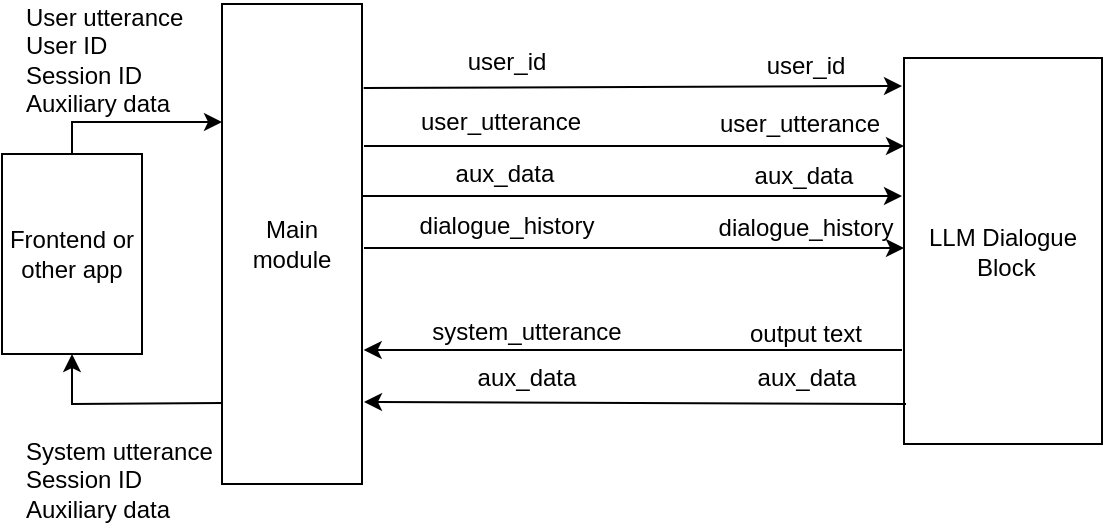
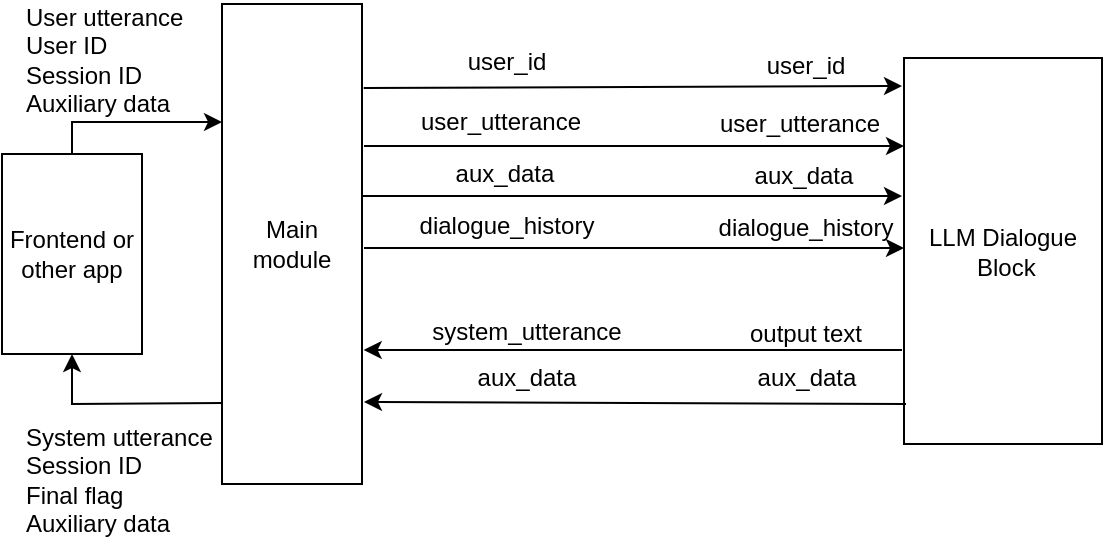
<mxfile host="Electron" agent="Mozilla/5.0 (Windows NT 10.0; Win64; x64) AppleWebKit/537.36 (KHTML, like Gecko) draw.io/26.1.1 Chrome/132.0.6834.210 Electron/34.3.3 Safari/537.36" version="26.1.1">
  <diagram id="0jzvoz7xoONC1ta8vLtH" name="ページ1">
    <mxGraphModel dx="1293" dy="762" grid="1" gridSize="10" guides="1" tooltips="1" connect="1" arrows="1" fold="1" page="1" pageScale="1" pageWidth="827" pageHeight="1169" math="0" shadow="0">
      <root>
        <mxCell id="0" />
        <mxCell id="1" parent="0" />
        <mxCell id="6nG_dfres4fqL1OyFaTb-1" value="Main module" style="rounded=0;whiteSpace=wrap;html=1;" parent="1" vertex="1">
          <mxGeometry x="250" y="190" width="70" height="240" as="geometry" />
        </mxCell>
        <mxCell id="6nG_dfres4fqL1OyFaTb-2" value="LLM Dialogue&lt;br&gt;&amp;nbsp;Block" style="rounded=0;whiteSpace=wrap;html=1;" parent="1" vertex="1">
          <mxGeometry x="591" y="217" width="99" height="193" as="geometry" />
        </mxCell>
        <mxCell id="6nG_dfres4fqL1OyFaTb-5" value="" style="endArrow=classic;html=1;rounded=0;exitX=1.012;exitY=0.128;exitDx=0;exitDy=0;exitPerimeter=0;" parent="1" edge="1">
          <mxGeometry width="50" height="50" relative="1" as="geometry">
            <mxPoint x="320.8399999999999" y="232.03999999999996" as="sourcePoint" />
            <mxPoint x="590" y="231" as="targetPoint" />
          </mxGeometry>
        </mxCell>
        <mxCell id="6nG_dfres4fqL1OyFaTb-6" value="" style="endArrow=classic;html=1;rounded=0;entryX=1.012;entryY=0.535;entryDx=0;entryDy=0;entryPerimeter=0;" parent="1" edge="1">
          <mxGeometry width="50" height="50" relative="1" as="geometry">
            <mxPoint x="590" y="363" as="sourcePoint" />
            <mxPoint x="320.84000000000003" y="363" as="targetPoint" />
          </mxGeometry>
        </mxCell>
        <mxCell id="6nG_dfres4fqL1OyFaTb-11" value="" style="endArrow=classic;html=1;rounded=0;exitX=0.5;exitY=0;exitDx=0;exitDy=0;" parent="1" source="7yFsLuSHQwP80PSkCyWd-15" edge="1">
          <mxGeometry width="50" height="50" relative="1" as="geometry">
            <mxPoint x="170" y="192" as="sourcePoint" />
            <mxPoint x="250" y="249" as="targetPoint" />
            <Array as="points">
              <mxPoint x="175" y="249" />
            </Array>
          </mxGeometry>
        </mxCell>
        <mxCell id="6nG_dfres4fqL1OyFaTb-12" value="" style="endArrow=classic;html=1;rounded=0;entryX=0.5;entryY=1;entryDx=0;entryDy=0;exitX=0.007;exitY=0.894;exitDx=0;exitDy=0;exitPerimeter=0;" parent="1" target="7yFsLuSHQwP80PSkCyWd-15" edge="1">
          <mxGeometry width="50" height="50" relative="1" as="geometry">
            <mxPoint x="250.4899999999999" y="389.56000000000006" as="sourcePoint" />
            <mxPoint x="170" y="531" as="targetPoint" />
            <Array as="points">
              <mxPoint x="175" y="390" />
            </Array>
          </mxGeometry>
        </mxCell>
-         <mxCell id="W3RRk2SyyBqXtN76rQBY-3" value="System utterance&lt;br&gt;Session ID&lt;div&gt;Auxiliary data&lt;/div&gt;" style="text;html=1;strokeColor=none;fillColor=none;align=left;verticalAlign=middle;whiteSpace=wrap;rounded=0;" parent="1" vertex="1">
+         <mxCell id="W3RRk2SyyBqXtN76rQBY-3" value="System utterance&lt;br&gt;Session ID&lt;div&gt;Final flag&lt;br&gt;&lt;div&gt;Auxiliary data&lt;/div&gt;&lt;/div&gt;" style="text;html=1;strokeColor=none;fillColor=none;align=left;verticalAlign=middle;whiteSpace=wrap;rounded=0;" parent="1" vertex="1">
          <mxGeometry x="150" y="415" width="100" height="25" as="geometry" />
        </mxCell>
        <mxCell id="iua9zefK4cCjFermVdLk-1" value="user_id" style="text;html=1;strokeColor=none;fillColor=none;align=center;verticalAlign=middle;whiteSpace=wrap;rounded=0;" parent="1" vertex="1">
          <mxGeometry x="512" y="206" width="60" height="30" as="geometry" />
        </mxCell>
        <mxCell id="iua9zefK4cCjFermVdLk-2" value="user_id" style="text;html=1;strokeColor=none;fillColor=none;align=center;verticalAlign=middle;whiteSpace=wrap;rounded=0;" parent="1" vertex="1">
          <mxGeometry x="350" y="207" width="85" height="23" as="geometry" />
        </mxCell>
        <mxCell id="iua9zefK4cCjFermVdLk-4" value="output text" style="text;html=1;strokeColor=none;fillColor=none;align=center;verticalAlign=middle;whiteSpace=wrap;rounded=0;" parent="1" vertex="1">
          <mxGeometry x="512" y="332.75" width="60" height="44.5" as="geometry" />
        </mxCell>
        <mxCell id="7yFsLuSHQwP80PSkCyWd-15" value="Frontend or other app" style="rounded=0;whiteSpace=wrap;html=1;" parent="1" vertex="1">
          <mxGeometry x="140" y="265" width="70" height="100" as="geometry" />
        </mxCell>
        <mxCell id="7yFsLuSHQwP80PSkCyWd-17" value="User utterance&lt;br&gt;User ID&lt;br&gt;Session ID&lt;br&gt;Auxiliary data" style="text;html=1;strokeColor=none;fillColor=none;align=left;verticalAlign=middle;whiteSpace=wrap;rounded=0;" parent="1" vertex="1">
          <mxGeometry x="150" y="205" width="100" height="25" as="geometry" />
        </mxCell>
        <mxCell id="SJaTg1eMGeYwgWBnKDx6-2" value="" style="endArrow=classic;html=1;rounded=0;entryX=0;entryY=0.25;entryDx=0;entryDy=0;exitX=1.019;exitY=0.137;exitDx=0;exitDy=0;exitPerimeter=0;jumpSize=0;" parent="1" edge="1">
          <mxGeometry width="50" height="50" relative="1" as="geometry">
            <mxPoint x="321" y="261" as="sourcePoint" />
            <mxPoint x="591" y="261" as="targetPoint" />
          </mxGeometry>
        </mxCell>
        <mxCell id="SJaTg1eMGeYwgWBnKDx6-5" value="" style="endArrow=classic;html=1;rounded=0;exitX=0;exitY=0.75;exitDx=0;exitDy=0;entryX=0.999;entryY=0.293;entryDx=0;entryDy=0;entryPerimeter=0;" parent="1" edge="1">
          <mxGeometry width="50" height="50" relative="1" as="geometry">
            <mxPoint x="592" y="390" as="sourcePoint" />
            <mxPoint x="321" y="389" as="targetPoint" />
          </mxGeometry>
        </mxCell>
        <mxCell id="SJaTg1eMGeYwgWBnKDx6-11" value="aux_data" style="text;html=1;strokeColor=none;fillColor=none;align=center;verticalAlign=middle;whiteSpace=wrap;rounded=0;" parent="1" vertex="1">
          <mxGeometry x="360" y="365" width="85" height="23" as="geometry" />
        </mxCell>
        <mxCell id="SJaTg1eMGeYwgWBnKDx6-12" value="system_utterance" style="text;html=1;strokeColor=none;fillColor=none;align=center;verticalAlign=middle;whiteSpace=wrap;rounded=0;" parent="1" vertex="1">
          <mxGeometry x="360" y="342" width="85" height="23" as="geometry" />
        </mxCell>
        <mxCell id="SJaTg1eMGeYwgWBnKDx6-13" value="aux_data" style="text;html=1;strokeColor=none;fillColor=none;align=center;verticalAlign=middle;whiteSpace=wrap;rounded=0;" parent="1" vertex="1">
          <mxGeometry x="499.5" y="365" width="85" height="23" as="geometry" />
        </mxCell>
        <mxCell id="SJaTg1eMGeYwgWBnKDx6-16" value="" style="endArrow=classic;html=1;rounded=0;entryX=0;entryY=0.25;entryDx=0;entryDy=0;exitX=1.019;exitY=0.137;exitDx=0;exitDy=0;exitPerimeter=0;jumpSize=0;" parent="1" edge="1">
          <mxGeometry width="50" height="50" relative="1" as="geometry">
            <mxPoint x="320" y="286" as="sourcePoint" />
            <mxPoint x="590" y="286" as="targetPoint" />
          </mxGeometry>
        </mxCell>
        <mxCell id="SJaTg1eMGeYwgWBnKDx6-17" value="aux_data" style="text;html=1;strokeColor=none;fillColor=none;align=center;verticalAlign=middle;whiteSpace=wrap;rounded=0;" parent="1" vertex="1">
          <mxGeometry x="511" y="261" width="60" height="30" as="geometry" />
        </mxCell>
        <mxCell id="SJaTg1eMGeYwgWBnKDx6-18" value="aux_data" style="text;html=1;strokeColor=none;fillColor=none;align=center;verticalAlign=middle;whiteSpace=wrap;rounded=0;" parent="1" vertex="1">
          <mxGeometry x="349" y="263" width="85" height="23" as="geometry" />
        </mxCell>
        <mxCell id="SJaTg1eMGeYwgWBnKDx6-19" value="user_utterance" style="text;html=1;strokeColor=none;fillColor=none;align=center;verticalAlign=middle;whiteSpace=wrap;rounded=0;" parent="1" vertex="1">
          <mxGeometry x="347" y="237" width="85" height="23" as="geometry" />
        </mxCell>
        <mxCell id="SJaTg1eMGeYwgWBnKDx6-20" value="user_utterance" style="text;html=1;strokeColor=none;fillColor=none;align=center;verticalAlign=middle;whiteSpace=wrap;rounded=0;" parent="1" vertex="1">
          <mxGeometry x="509" y="235" width="60" height="30" as="geometry" />
        </mxCell>
        <mxCell id="PFdu45K6K2637weY5JtY-1" value="" style="endArrow=classic;html=1;rounded=0;entryX=0;entryY=0.25;entryDx=0;entryDy=0;exitX=1.019;exitY=0.137;exitDx=0;exitDy=0;exitPerimeter=0;jumpSize=0;" parent="1" edge="1">
          <mxGeometry width="50" height="50" relative="1" as="geometry">
            <mxPoint x="321" y="312" as="sourcePoint" />
            <mxPoint x="591" y="312" as="targetPoint" />
          </mxGeometry>
        </mxCell>
        <mxCell id="PFdu45K6K2637weY5JtY-2" value="dialogue_history" style="text;html=1;strokeColor=none;fillColor=none;align=center;verticalAlign=middle;whiteSpace=wrap;rounded=0;" parent="1" vertex="1">
          <mxGeometry x="350" y="289" width="85" height="23" as="geometry" />
        </mxCell>
        <mxCell id="PFdu45K6K2637weY5JtY-3" value="dialogue_history" style="text;html=1;strokeColor=none;fillColor=none;align=center;verticalAlign=middle;whiteSpace=wrap;rounded=0;" parent="1" vertex="1">
          <mxGeometry x="512" y="287" width="60" height="30" as="geometry" />
        </mxCell>
      </root>
    </mxGraphModel>
  </diagram>
</mxfile>
